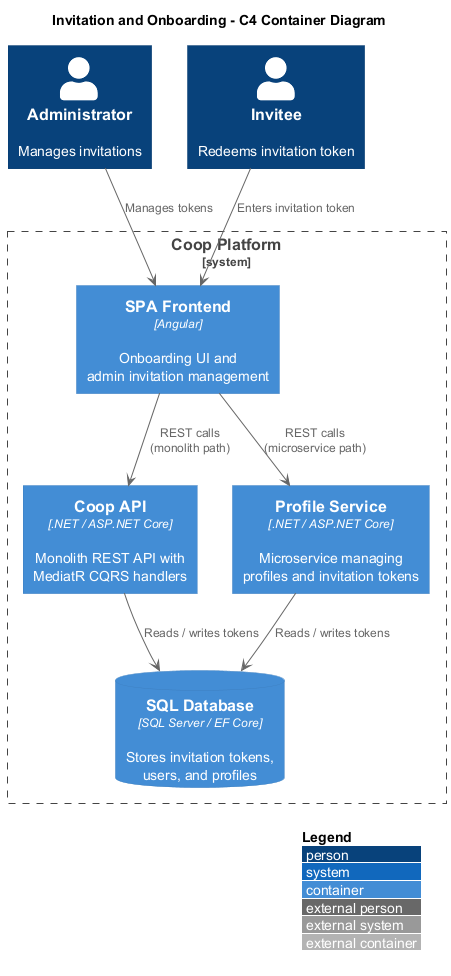
This is docs/detailed-designs/09-invitation-and-onboarding/c4-container.png from QuinntyneBrown/Coop, a PlantUML export, as it was before one commit.
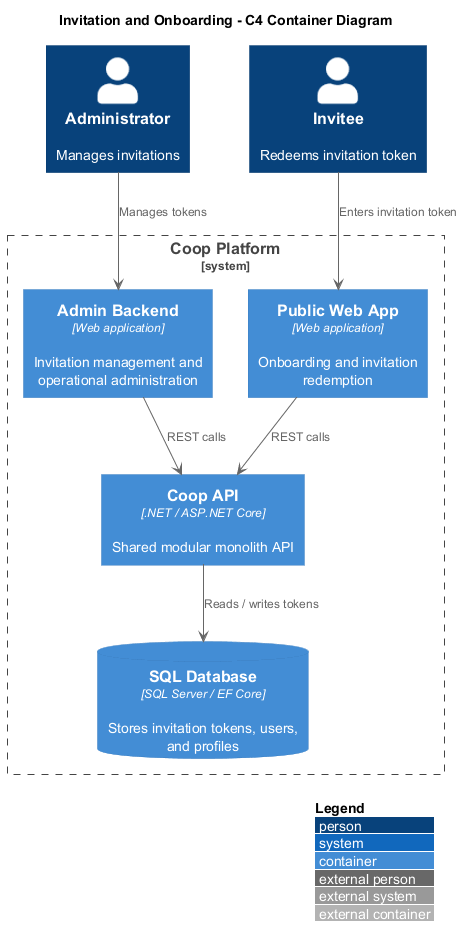
The same diagram one commit later.

Diff of the diagram source:
```diff
@@ -11,19 +11,17 @@
 Person(invitee, "Invitee", "Redeems invitation token")
 
 System_Boundary(coop, "Coop Platform") {
-    Container(spa, "SPA Frontend", "Angular", "Onboarding UI and\nadmin invitation management")
-    Container(api, "Coop API", ".NET / ASP.NET Core", "Monolith REST API with\nMediatR CQRS handlers")
-    Container(profileSvc, "Profile Service", ".NET / ASP.NET Core", "Microservice managing\nprofiles and invitation tokens")
-    ContainerDb(db, "SQL Database", "SQL Server / EF Core", "Stores invitation tokens,\nusers, and profiles")
+    Container(publicApp, "Public Web App", "Web application", "Onboarding and invitation redemption")
+    Container(adminApp, "Admin Backend", "Web application", "Invitation management and operational administration")
+    Container(api, "Coop API", ".NET / ASP.NET Core", "Shared modular monolith API")
+    ContainerDb(db, "SQL Database", "SQL Server / EF Core", "Stores invitation tokens, users, and profiles")
 }
 
-admin -down-> spa : Manages tokens
-invitee -down-> spa : Enters invitation token
+admin -down-> adminApp : Manages tokens
+invitee -down-> publicApp : Enters invitation token
 
-spa -down-> api : REST calls\n(monolith path)
-spa -down-> profileSvc : REST calls\n(microservice path)
-
+adminApp -down-> api : REST calls
+publicApp -down-> api : REST calls
 api -down-> db : Reads / writes tokens
-profileSvc -down-> db : Reads / writes tokens
 
 @enduml
```
